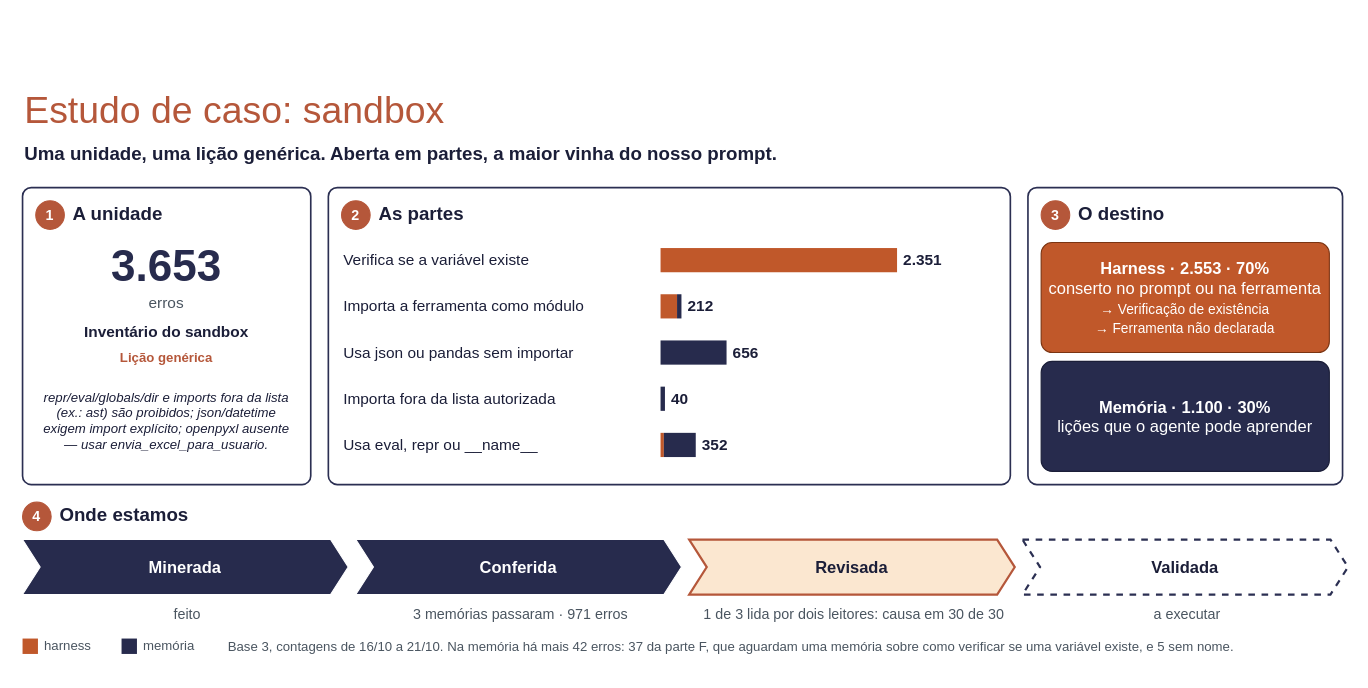
The draw.io diagram docs/sources/draw.io/caso_sandbox.drawio in rc-ventura/memory_layer_ai_agents, before the edit. Source tidied: cells renumbered, new cells numbered last; positions are measured from the earlier drawing's top-left corner, leaving out a move shared by most shapes. Both pictures are drawn from the tidied source at 110%, with x=0, y=0 at pixel (22, 81).
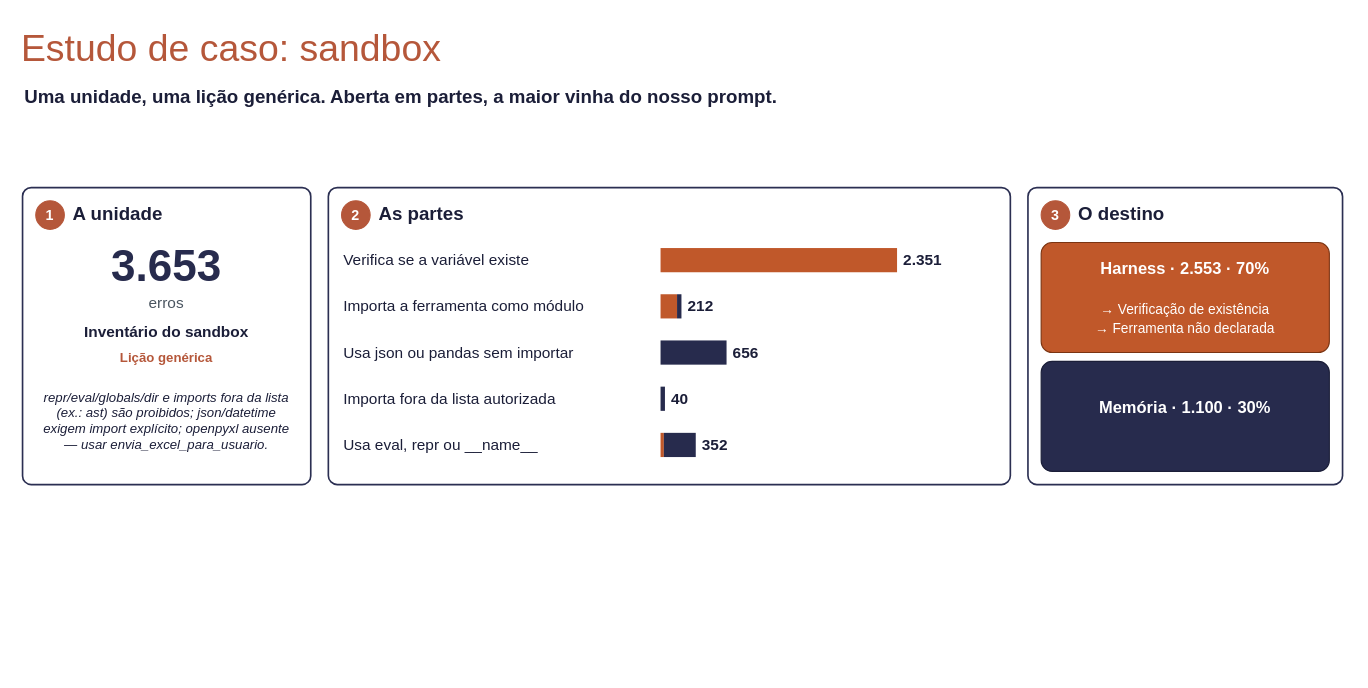
Above is the later version.

Change to the diagram source:
```diff
@@
     <mxCell id="2" value="Estudo de caso: sandbox" style="text;html=1;verticalAlign=middle;whiteSpace=wrap;align=left;fontSize=34;fontColor=#B5573A;" parent="1" vertex="1">
-      <mxGeometry width="1200" height="52" as="geometry" />
+      <mxGeometry x="-3" y="-57" width="1200" height="52" as="geometry" />
     </mxCell>
     <mxCell id="3" value="&lt;b&gt;Uma unidade, uma lição genérica. Aberta em partes, a maior vinha do nosso prompt.&lt;/b&gt;" style="text;html=1;verticalAlign=middle;whiteSpace=wrap;align=left;fontSize=17;fontColor=#1B1E38;" parent="1" vertex="1">
-      <mxGeometry y="52" width="1200" height="28" as="geometry" />
+      <mxGeometry y="1" width="1200" height="28" as="geometry" />
     </mxCell>
@@
-    <mxCell id="35" value="&lt;b&gt;Harness · 2.553 · 70%&lt;/b&gt;&lt;br&gt;conserto no prompt ou na ferramenta&lt;br&gt;&lt;small&gt;→ Verificação de existência&lt;br&gt;→ Ferramenta não declarada&lt;/small&gt;" style="rounded=1;arcSize=10;whiteSpace=wrap;html=1;fillColor=#C0582A;strokeColor=#7A3412;fontColor=#FFFFFF;fontSize=15;" parent="1" vertex="1">
+    <mxCell id="35" value="&lt;b&gt;Harness · 2.553 · 70%&lt;/b&gt;&lt;div&gt;&lt;b&gt;&lt;br&gt;&lt;/b&gt;&lt;small&gt;→ Verificação de existência&lt;br&gt;→ Ferramenta não declarada&lt;/small&gt;&lt;/div&gt;" style="rounded=1;arcSize=10;whiteSpace=wrap;html=1;fillColor=#C0582A;strokeColor=#7A3412;fontColor=#FFFFFF;fontSize=15;" parent="1" vertex="1">
       <mxGeometry x="926" y="146" width="262" height="100" as="geometry" />
     </mxCell>
-    <mxCell id="36" value="&lt;b&gt;Memória · 1.100 · 30%&lt;/b&gt;&lt;br&gt;lições que o agente pode aprender" style="rounded=1;arcSize=10;whiteSpace=wrap;html=1;fillColor=#272B4D;strokeColor=#1B1E38;fontColor=#FFFFFF;fontSize=15;" parent="1" vertex="1">
+    <mxCell id="36" value="&lt;b&gt;Memória · 1.100 · 30%&lt;/b&gt;&lt;div&gt;&lt;br/&gt;&lt;/div&gt;" style="rounded=1;arcSize=10;whiteSpace=wrap;html=1;fillColor=#272B4D;strokeColor=#1B1E38;fontColor=#FFFFFF;fontSize=15;" parent="1" vertex="1">
       <mxGeometry x="926" y="254" width="262" height="100" as="geometry" />
     </mxCell>
-    <mxCell id="37" value="4" style="ellipse;whiteSpace=wrap;html=1;fontSize=13;fontStyle=1;fillColor=#B5573A;strokeColor=#B5573A;fontColor=#FFFFFF;" parent="1" vertex="1">
-      <mxGeometry y="382" width="26" height="26" as="geometry" />
-    </mxCell>
-    <mxCell id="38" value="&lt;b&gt;Onde estamos&lt;/b&gt;" style="text;html=1;verticalAlign=middle;whiteSpace=wrap;align=left;fontSize=17;fontColor=#1B1E38;" parent="1" vertex="1">
-      <mxGeometry x="32" y="380" width="240" height="30" as="geometry" />
-    </mxCell>
-    <mxCell id="39" value="Minerada" style="shape=step;perimeter=stepPerimeter;fixedSize=1;size=16;whiteSpace=wrap;html=1;fillColor=#272B4D;strokeColor=#FFFFFF;fontColor=#FFFFFF;fontSize=15;fontStyle=1;" parent="1" vertex="1">
-      <mxGeometry y="416" width="296" height="50" as="geometry" />
-    </mxCell>
-    <mxCell id="40" value="feito" style="text;html=1;verticalAlign=middle;whiteSpace=wrap;align=center;fontSize=13;fontColor=#4A5560;" parent="1" vertex="1">
-      <mxGeometry x="8" y="470" width="284" height="28" as="geometry" />
-    </mxCell>
-    <mxCell id="41" value="Conferida" style="shape=step;perimeter=stepPerimeter;fixedSize=1;size=16;whiteSpace=wrap;html=1;fillColor=#272B4D;strokeColor=#FFFFFF;fontColor=#FFFFFF;fontSize=15;fontStyle=1;" parent="1" vertex="1">
-      <mxGeometry x="303" y="416" width="296" height="50" as="geometry" />
-    </mxCell>
-    <mxCell id="42" value="3 memórias passaram · 971 erros" style="text;html=1;verticalAlign=middle;whiteSpace=wrap;align=center;fontSize=13;fontColor=#4A5560;" parent="1" vertex="1">
-      <mxGeometry x="311" y="470" width="284" height="28" as="geometry" />
-    </mxCell>
-    <mxCell id="43" value="Revisada" style="shape=step;perimeter=stepPerimeter;fixedSize=1;size=16;whiteSpace=wrap;html=1;fillColor=#FBE7D0;strokeColor=#B5573A;strokeWidth=2;fontColor=#1B1E38;fontSize=15;fontStyle=1;" parent="1" vertex="1">
-      <mxGeometry x="606" y="416" width="296" height="50" as="geometry" />
-    </mxCell>
-    <mxCell id="44" value="1 de 3 lida por dois leitores: causa em 30 de 30" style="text;html=1;verticalAlign=middle;whiteSpace=wrap;align=center;fontSize=13;fontColor=#4A5560;" parent="1" vertex="1">
-      <mxGeometry x="614" y="470" width="284" height="28" as="geometry" />
-    </mxCell>
-    <mxCell id="45" value="Validada" style="shape=step;perimeter=stepPerimeter;fixedSize=1;size=16;whiteSpace=wrap;html=1;fillColor=#FFFFFF;strokeColor=#2B2F52;strokeWidth=2;dashed=1;fontColor=#1B1E38;fontSize=15;fontStyle=1;" parent="1" vertex="1">
-      <mxGeometry x="909" y="416" width="296" height="50" as="geometry" />
-    </mxCell>
-    <mxCell id="46" value="a executar" style="text;html=1;verticalAlign=middle;whiteSpace=wrap;align=center;fontSize=13;fontColor=#4A5560;" parent="1" vertex="1">
-      <mxGeometry x="917" y="470" width="284" height="28" as="geometry" />
-    </mxCell>
-    <mxCell id="47" style="html=1;fillColor=#C0582A;strokeColor=none;" parent="1" vertex="1">
-      <mxGeometry y="506" width="14" height="14" as="geometry" />
-    </mxCell>
-    <mxCell id="48" value="harness" style="text;html=1;verticalAlign=middle;whiteSpace=wrap;align=left;fontSize=12;fontColor=#4A5560;" parent="1" vertex="1">
-      <mxGeometry x="18" y="500" width="110" height="26" as="geometry" />
-    </mxCell>
-    <mxCell id="49" style="html=1;fillColor=#272B4D;strokeColor=none;" parent="1" vertex="1">
-      <mxGeometry x="90" y="506" width="14" height="14" as="geometry" />
-    </mxCell>
-    <mxCell id="50" value="memória" style="text;html=1;verticalAlign=middle;whiteSpace=wrap;align=left;fontSize=12;fontColor=#4A5560;" parent="1" vertex="1">
-      <mxGeometry x="108" y="500" width="90" height="26" as="geometry" />
-    </mxCell>
-    <mxCell id="51" value="Base 3, contagens de 16/10 a 21/10. Na memória há mais 42 erros: 37 da parte F, que aguardam uma memória sobre como verificar se uma variável existe, e 5 sem nome." style="text;html=1;verticalAlign=middle;whiteSpace=wrap;align=left;fontSize=12;fontColor=#4A5560;" parent="1" vertex="1">
-      <mxGeometry x="185" y="494" width="1015" height="40" as="geometry" />
-    </mxCell>
```
